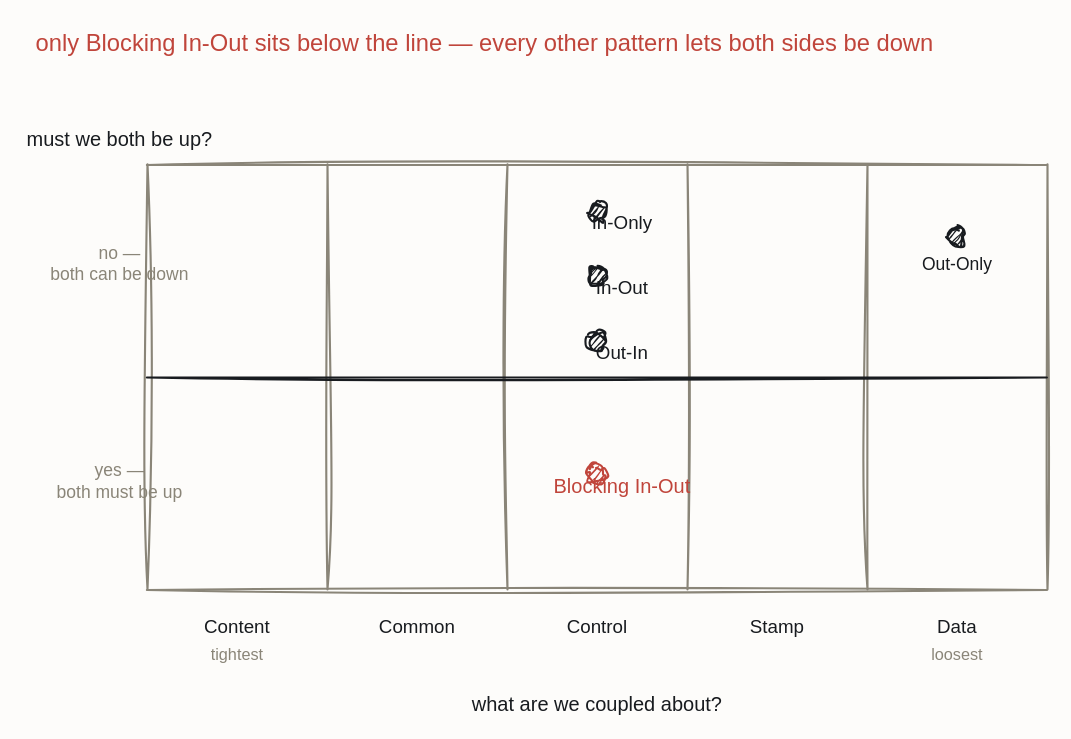
The draw.io diagram resources/grid-exchange-patterns.drawio in iancooper/practical-messaging, before the edit. Source tidied: cells renumbered, new cells numbered last; positions are measured from the earlier drawing's top-left corner, leaving out a move shared by most shapes. Both pictures are drawn from the tidied source at 125%, with x=0, y=0 at pixel (44, 21).
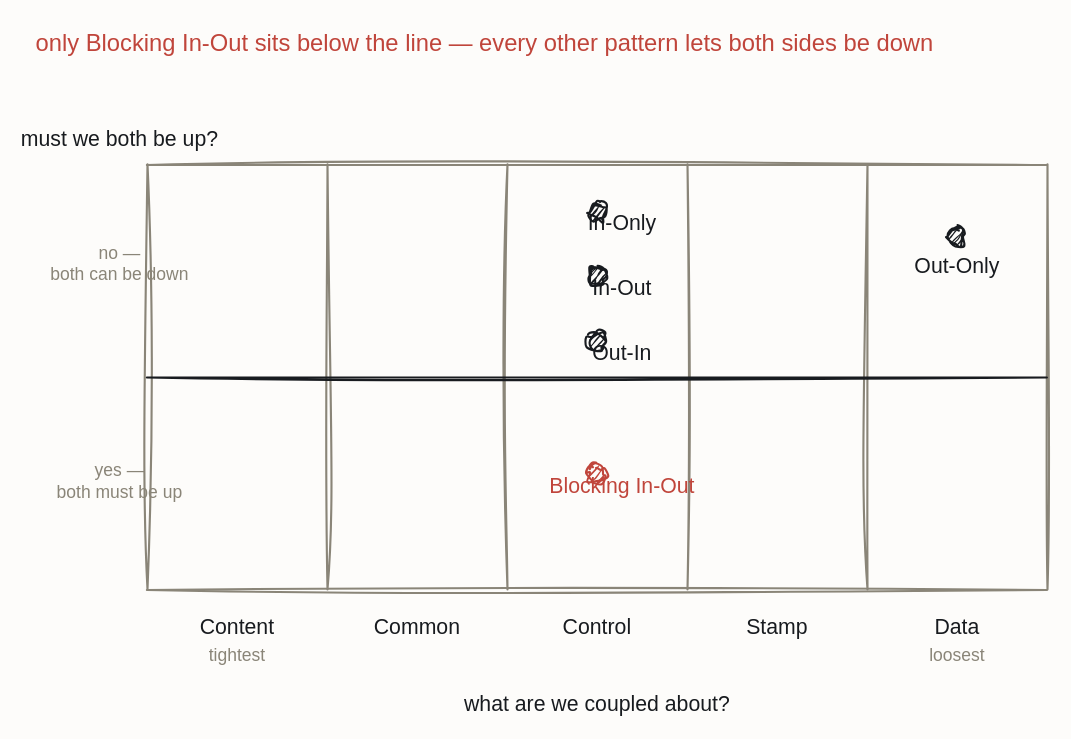
The same page after the edit.

The edit, as a diff of the source:
```diff
@@
-    <mxCell id="11" value="must we both be up?" style="text;html=1;align=center;fontFamily=Caveat;fontSize=16;fontColor=#181B1F;" parent="1" vertex="1">
+    <mxCell id="11" value="must we both be up?" style="text;html=1;align=center;fontFamily=Caveat;fontSize=17;fontColor=#181B1F;" parent="1" vertex="1">
       <mxGeometry y="78" width="120" height="20" as="geometry" />
     </mxCell>
@@
-    <mxCell id="14" value="Content" style="text;html=1;align=center;fontFamily=Caveat;fontSize=15;fontColor=#181B1F;" parent="1" vertex="1">
+    <mxCell id="14" value="Content" style="text;html=1;align=center;fontFamily=Caveat;fontSize=17;fontColor=#181B1F;" parent="1" vertex="1">
       <mxGeometry x="94" y="468" width="120" height="20" as="geometry" />
     </mxCell>
-    <mxCell id="15" value="Common" style="text;html=1;align=center;fontFamily=Caveat;fontSize=15;fontColor=#181B1F;" parent="1" vertex="1">
+    <mxCell id="15" value="Common" style="text;html=1;align=center;fontFamily=Caveat;fontSize=17;fontColor=#181B1F;" parent="1" vertex="1">
       <mxGeometry x="238" y="468" width="120" height="20" as="geometry" />
     </mxCell>
-    <mxCell id="16" value="Control" style="text;html=1;align=center;fontFamily=Caveat;fontSize=15;fontColor=#181B1F;" parent="1" vertex="1">
+    <mxCell id="16" value="Control" style="text;html=1;align=center;fontFamily=Caveat;fontSize=17;fontColor=#181B1F;" parent="1" vertex="1">
       <mxGeometry x="382" y="468" width="120" height="20" as="geometry" />
     </mxCell>
-    <mxCell id="17" value="Stamp" style="text;html=1;align=center;fontFamily=Caveat;fontSize=15;fontColor=#181B1F;" parent="1" vertex="1">
+    <mxCell id="17" value="Stamp" style="text;html=1;align=center;fontFamily=Caveat;fontSize=17;fontColor=#181B1F;" parent="1" vertex="1">
       <mxGeometry x="526" y="468" width="120" height="20" as="geometry" />
     </mxCell>
-    <mxCell id="18" value="Data" style="text;html=1;align=center;fontFamily=Caveat;fontSize=15;fontColor=#181B1F;" parent="1" vertex="1">
+    <mxCell id="18" value="Data" style="text;html=1;align=center;fontFamily=Caveat;fontSize=17;fontColor=#181B1F;" parent="1" vertex="1">
       <mxGeometry x="670" y="468" width="120" height="20" as="geometry" />
     </mxCell>
-    <mxCell id="19" value="tightest" style="text;html=1;align=center;fontFamily=Caveat;fontSize=13;fontColor=#8A8578;" parent="1" vertex="1">
+    <mxCell id="19" value="tightest" style="text;html=1;align=center;fontFamily=Caveat;fontSize=14;fontColor=#8A8578;" parent="1" vertex="1">
       <mxGeometry x="94" y="492" width="120" height="20" as="geometry" />
     </mxCell>
-    <mxCell id="20" value="loosest" style="text;html=1;align=center;fontFamily=Caveat;fontSize=13;fontColor=#8A8578;" parent="1" vertex="1">
+    <mxCell id="20" value="loosest" style="text;html=1;align=center;fontFamily=Caveat;fontSize=14;fontColor=#8A8578;" parent="1" vertex="1">
       <mxGeometry x="670" y="492" width="120" height="20" as="geometry" />
     </mxCell>
-    <mxCell id="21" value="what are we coupled about?" style="text;html=1;align=center;fontFamily=Caveat;fontSize=16;fontColor=#181B1F;" parent="1" vertex="1">
+    <mxCell id="21" value="what are we coupled about?" style="text;html=1;align=center;fontFamily=Caveat;fontSize=17;fontColor=#181B1F;" parent="1" vertex="1">
       <mxGeometry x="382" y="530" width="120" height="20" as="geometry" />
     </mxCell>
@@
-    <mxCell id="23" value="Out-Only" style="sketch=1;hachureGap=4;jiggle=2;curveFitting=1;fontFamily=Caveat;html=1;ellipse;verticalLabelPosition=bottom;verticalAlign=top;strokeColor=#181B1F;strokeWidth=1.7;fillColor=#181B1F;fontColor=#181B1F;fontSize=14;" parent="1" vertex="1">
+    <mxCell id="23" value="Out-Only" style="sketch=1;hachureGap=4;jiggle=2;curveFitting=1;fontFamily=Caveat;html=1;ellipse;verticalLabelPosition=bottom;verticalAlign=top;strokeColor=#181B1F;strokeWidth=1.7;fillColor=#181B1F;fontColor=#181B1F;fontSize=17;" parent="1" vertex="1">
       <mxGeometry x="723" y="165" width="14" height="14" as="geometry" />
     </mxCell>
@@
-    <mxCell id="25" value="In-Only" style="text;html=1;align=center;fontFamily=Caveat;fontSize=15;fontColor=#181B1F;" parent="1" vertex="1">
+    <mxCell id="25" value="In-Only" style="text;html=1;align=center;fontFamily=Caveat;fontSize=17;fontColor=#181B1F;" parent="1" vertex="1">
       <mxGeometry x="402" y="145" width="120" height="20" as="geometry" />
     </mxCell>
@@
-    <mxCell id="27" value="In-Out" style="text;html=1;align=center;fontFamily=Caveat;fontSize=15;fontColor=#181B1F;" parent="1" vertex="1">
+    <mxCell id="27" value="In-Out" style="text;html=1;align=center;fontFamily=Caveat;fontSize=17;fontColor=#181B1F;" parent="1" vertex="1">
       <mxGeometry x="402" y="197" width="120" height="20" as="geometry" />
     </mxCell>
@@
-    <mxCell id="29" value="Out-In" style="text;html=1;align=center;fontFamily=Caveat;fontSize=15;fontColor=#181B1F;" parent="1" vertex="1">
+    <mxCell id="29" value="Out-In" style="text;html=1;align=center;fontFamily=Caveat;fontSize=17;fontColor=#181B1F;" parent="1" vertex="1">
       <mxGeometry x="402" y="249" width="120" height="20" as="geometry" />
     </mxCell>
@@
-    <mxCell id="31" value="Blocking In-Out" style="text;html=1;align=center;fontFamily=Caveat;fontSize=16;fontColor=#C0453B;" parent="1" vertex="1">
+    <mxCell id="31" value="Blocking In-Out" style="text;html=1;align=center;fontFamily=Caveat;fontSize=17;fontColor=#C0453B;" parent="1" vertex="1">
       <mxGeometry x="402" y="355" width="120" height="20" as="geometry" />
     </mxCell>
```
